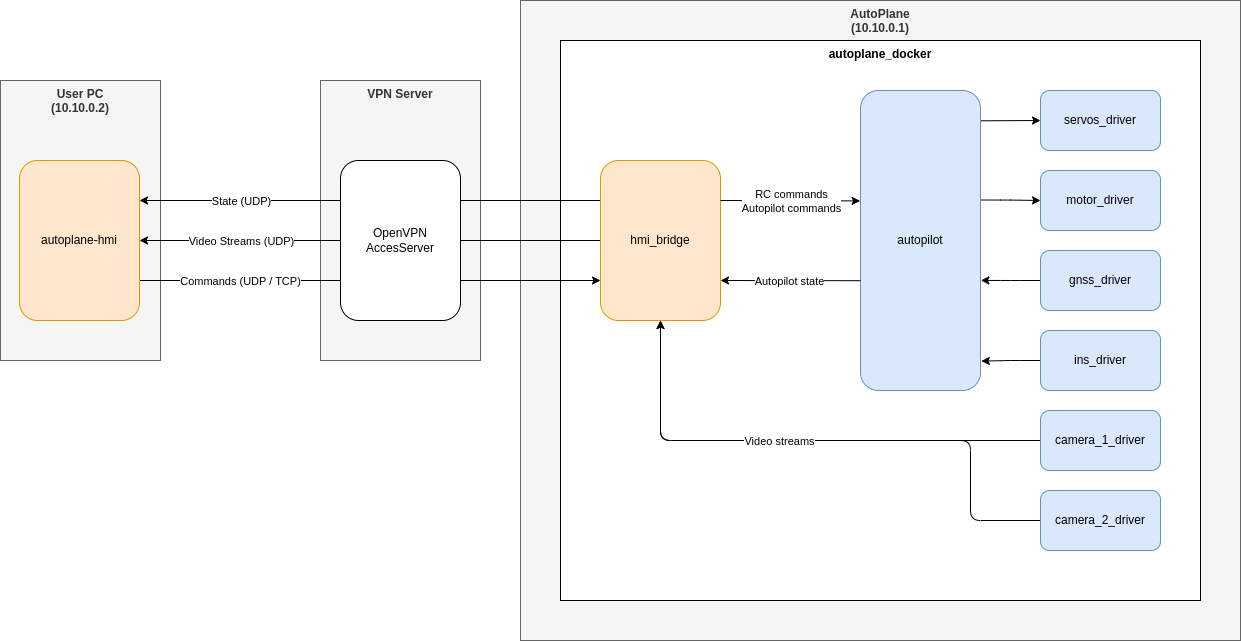
The draw.io diagram software/documentation/architecture.png in AntoineDiers/Autoplane, before a commit. Source tidied: cells renumbered, new cells last; positions are measured from the earlier drawing's top-left corner, leaving out a move shared by most shapes.
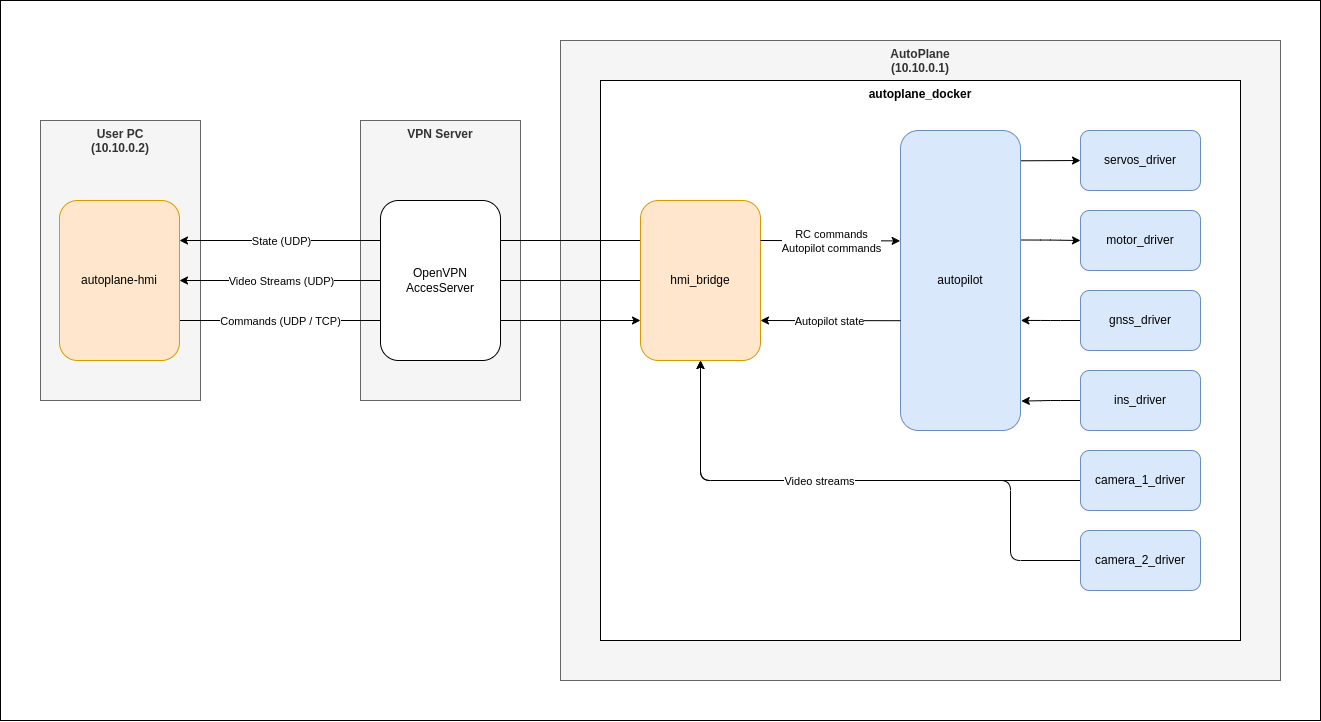
Later version of the same file.

Commit message:
cleanup diagram

Diff of the diagram source:
```diff
@@ -2,6 +2,9 @@
   <root>
     <mxCell id="0" />
     <mxCell id="1" parent="0" />
+    <mxCell id="33" style="rounded=0;whiteSpace=wrap;html=1;verticalAlign=top;fontStyle=1;" parent="1" vertex="1">
+      <mxGeometry x="-40" y="-40" width="1320" height="720" as="geometry" />
+    </mxCell>
     <mxCell id="2" value="AutoPlane&lt;div&gt;(10.10.0.1)&lt;/div&gt;" style="rounded=0;whiteSpace=wrap;html=1;verticalAlign=top;fontStyle=1;fillColor=#f5f5f5;fontColor=#333333;strokeColor=#666666;" parent="1" vertex="1">
       <mxGeometry x="520" width="720" height="640" as="geometry" />
     </mxCell>
```
